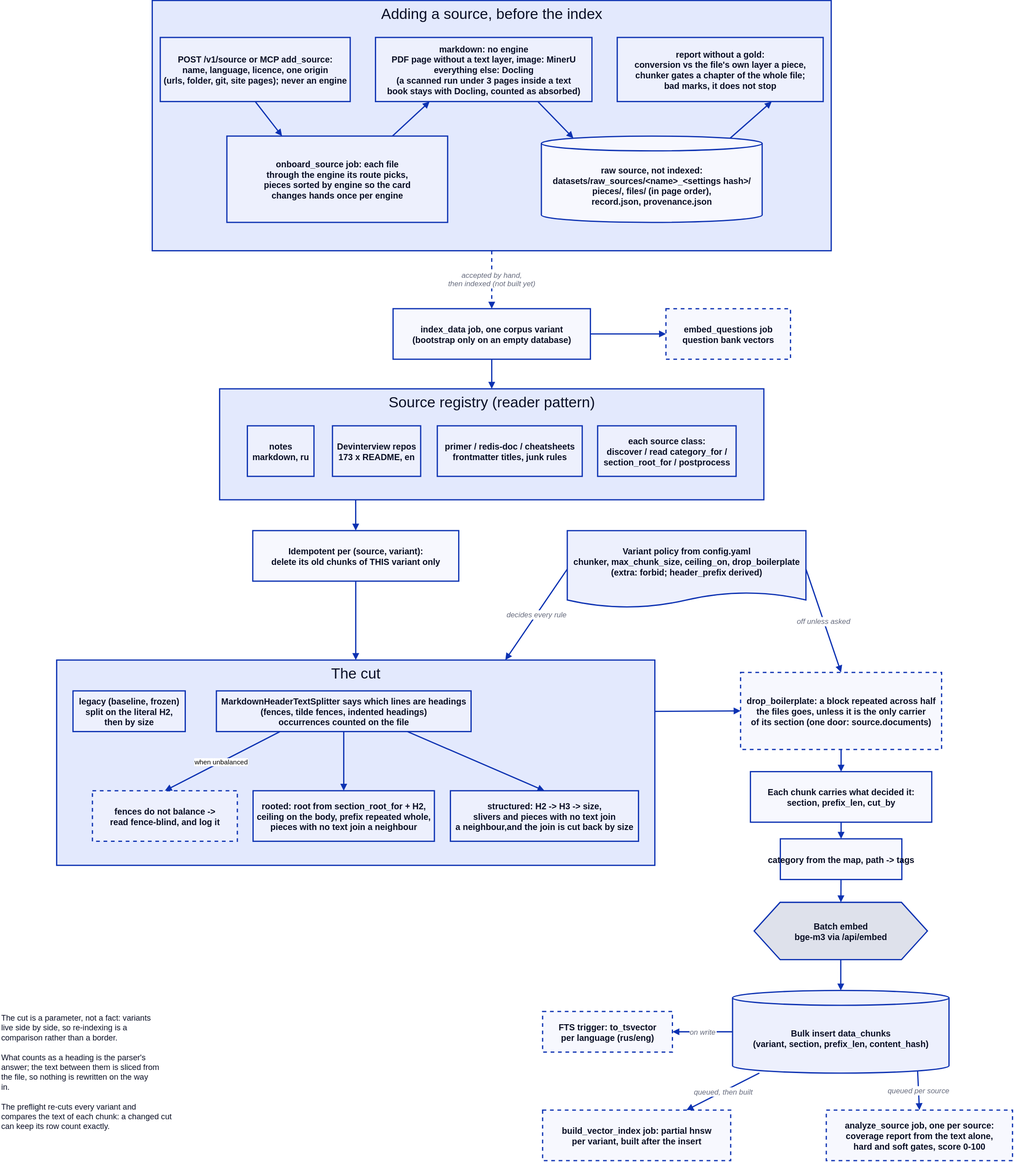
This is docs/diagrams/ingestion.drawio.svg from rikitikitav1/rag-lab, a draw.io export, as it was before one commit. Source tidied: cells renumbered, new cells last; positions are measured from the earlier drawing's top-left corner, leaving out a move shared by most shapes.
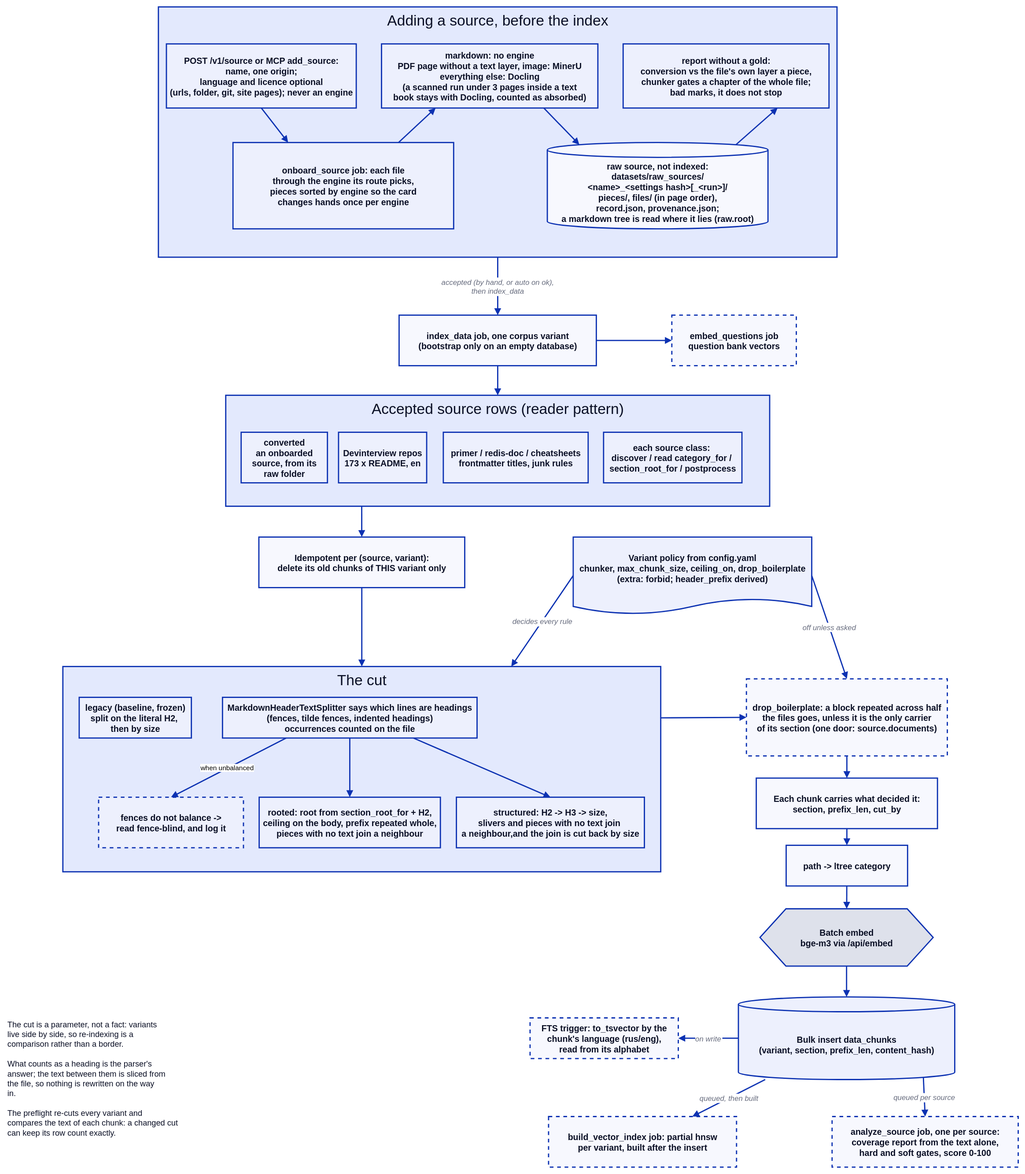
Above is the later version.

The edit, as a diff of the source:
```diff
@@ -5,7 +5,7 @@
     <mxCell id="2" value="Adding a source, before the index" style="rounded=0;whiteSpace=nowrap;html=0;strokeColor=#0D32B2;strokeWidth=2;fontColor=#0A0F25;fillColor=#E3E9FD;verticalAlign=top;fontSize=24;" parent="1" vertex="1">
       <mxGeometry x="247" width="1101" height="406" as="geometry" />
     </mxCell>
-    <mxCell id="3" value="POST /v1/source or MCP add_source:&#10;name, language, licence, one origin&#10;(urls, folder, git, site pages); never an engine" style="rounded=0;whiteSpace=nowrap;html=0;strokeColor=#0D32B2;strokeWidth=2;fontColor=#0A0F25;fillColor=#EDF0FD;fontSize=14;fontStyle=1;" parent="2" vertex="1">
+    <mxCell id="3" value="POST /v1/source or MCP add_source:&#10;name, one origin;&#10;language and licence optional&#10;(urls, folder, git, site pages); never an engine" style="rounded=0;whiteSpace=nowrap;html=0;strokeColor=#0D32B2;strokeWidth=2;fontColor=#0A0F25;fillColor=#EDF0FD;fontSize=14;fontStyle=1;" parent="2" vertex="1">
       <mxGeometry x="13" y="60" width="308" height="104" as="geometry" />
     </mxCell>
     <mxCell id="4" value="onboard_source job: each file&#10;through the engine its route picks,&#10;pieces sorted by engine so the card&#10;changes hands once per engine" style="rounded=0;whiteSpace=nowrap;html=0;strokeColor=#0D32B2;strokeWidth=2;fontColor=#0A0F25;fillColor=#EDF0FD;fontSize=14;fontStyle=1;" parent="2" vertex="1">
@@ -14,7 +14,7 @@
     <mxCell id="5" value="markdown: no engine&#10;PDF page without a text layer, image: MinerU&#10;everything else: Docling&#10;(a scanned run under 3 pages inside a text&#10;book stays with Docling, counted as absorbed)" style="rounded=0;whiteSpace=nowrap;html=0;strokeColor=#0D32B2;strokeWidth=2;fontColor=#0A0F25;fillColor=#EDF0FD;fontSize=14;fontStyle=1;" parent="2" vertex="1">
       <mxGeometry x="362" y="60" width="351" height="104" as="geometry" />
     </mxCell>
-    <mxCell id="6" value="raw source, not indexed:&#10;datasets/raw_sources/&lt;name&gt;_&lt;settings hash&gt;/&#10;pieces/, files/ (in page order),&#10;record.json, provenance.json" style="shape=cylinder3;boundedLbl=1;size=12;whiteSpace=nowrap;html=0;strokeColor=#0D32B2;strokeWidth=2;fontColor=#0A0F25;fillColor=#F7F8FE;fontSize=14;fontStyle=1;" parent="2" vertex="1">
+    <mxCell id="6" value="raw source, not indexed:&#10;datasets/raw_sources/&#10;&lt;name&gt;_&lt;settings hash&gt;[_&lt;run&gt;]/&#10;pieces/, files/ (in page order),&#10;record.json, provenance.json;&#10;a markdown tree is read where it lies (raw.root)" style="shape=cylinder3;boundedLbl=1;size=12;whiteSpace=nowrap;html=0;strokeColor=#0D32B2;strokeWidth=2;fontColor=#0A0F25;fillColor=#F7F8FE;fontSize=14;fontStyle=1;" parent="2" vertex="1">
       <mxGeometry x="631" y="220" width="358" height="140" as="geometry" />
     </mxCell>
     <mxCell id="7" value="report without a gold:&#10;conversion vs the file's own layer a piece,&#10;chunker gates a chapter of the whole file;&#10;bad marks, it does not stop" style="rounded=0;whiteSpace=nowrap;html=0;strokeColor=#0D32B2;strokeWidth=2;fontColor=#0A0F25;fillColor=#EDF0FD;fontSize=14;fontStyle=1;" parent="2" vertex="1">
@@ -35,11 +35,11 @@
     <mxCell id="12" value="index_data job, one corpus variant&#10;(bootstrap only on an empty database)" style="rounded=0;whiteSpace=nowrap;html=0;strokeColor=#0D32B2;strokeWidth=2;fontColor=#0A0F25;fillColor=#F7F8FE;fontSize=14;fontStyle=1;" parent="1" vertex="1">
       <mxGeometry x="637.5" y="500" width="320" height="82" as="geometry" />
     </mxCell>
-    <mxCell id="13" value="Source registry (reader pattern)" style="rounded=0;whiteSpace=nowrap;html=0;strokeColor=#0D32B2;strokeWidth=2;fontColor=#0A0F25;fillColor=#E3E9FD;verticalAlign=top;fontSize=24;" parent="1" vertex="1">
+    <mxCell id="13" value="Accepted source rows (reader pattern)" style="rounded=0;whiteSpace=nowrap;html=0;strokeColor=#0D32B2;strokeWidth=2;fontColor=#0A0F25;fillColor=#E3E9FD;verticalAlign=top;fontSize=24;" parent="1" vertex="1">
       <mxGeometry x="356.2" y="630" width="882.5" height="180" as="geometry" />
     </mxCell>
-    <mxCell id="14" value="notes&#10;markdown, ru" style="rounded=0;whiteSpace=nowrap;html=0;strokeColor=#0D32B2;strokeWidth=2;fontColor=#0A0F25;fillColor=#EDF0FD;fontSize=14;fontStyle=1;" parent="13" vertex="1">
-      <mxGeometry x="45" y="60" width="108" height="82" as="geometry" />
+    <mxCell id="14" value="converted&#10;an onboarded&#10;source, from its&#10;raw folder" style="rounded=0;whiteSpace=nowrap;html=0;strokeColor=#0D32B2;strokeWidth=2;fontColor=#0A0F25;fillColor=#EDF0FD;fontSize=14;fontStyle=1;" parent="13" vertex="1">
+      <mxGeometry x="25" y="60" width="140" height="82" as="geometry" />
     </mxCell>
     <mxCell id="15" value="Devinterview repos&#10;173 x README, en" style="rounded=0;whiteSpace=nowrap;html=0;strokeColor=#0D32B2;strokeWidth=2;fontColor=#0A0F25;fillColor=#EDF0FD;fontSize=14;fontStyle=1;" parent="13" vertex="1">
       <mxGeometry x="183" y="60" width="143" height="82" as="geometry" />
@@ -104,8 +104,8 @@
     <mxCell id="35" value="build_vector_index job: partial hnsw&#10;per variant, built after the insert" style="rounded=0;whiteSpace=nowrap;html=0;strokeColor=#0D32B2;strokeWidth=2;fontColor=#0A0F25;fillColor=#F7F8FE;fontSize=14;fontStyle=1;dashed=1;" parent="1" vertex="1">
       <mxGeometry x="880" y="1800" width="305" height="82" as="geometry" />
     </mxCell>
-    <mxCell id="36" value="FTS trigger: to_tsvector &#10;per language (rus/eng)" style="rounded=0;whiteSpace=nowrap;html=0;strokeColor=#0D32B2;strokeWidth=2;fontColor=#0A0F25;fillColor=#F7F8FE;fontSize=14;fontStyle=1;dashed=1;" parent="1" vertex="1">
-      <mxGeometry x="880" y="1640" width="210.5" height="66" as="geometry" />
+    <mxCell id="36" value="FTS trigger: to_tsvector by the&#10;chunk's language (rus/eng),&#10;read from its alphabet" style="rounded=0;whiteSpace=nowrap;html=0;strokeColor=#0D32B2;strokeWidth=2;fontColor=#0A0F25;fillColor=#F7F8FE;fontSize=14;fontStyle=1;dashed=1;" parent="1" vertex="1">
+      <mxGeometry x="850" y="1640" width="240.5" height="66" as="geometry" />
     </mxCell>
     <mxCell id="37" value="analyze_source job, one per source:&#10;coverage report from the text alone,&#10;hard and soft gates, score 0-100" style="rounded=0;whiteSpace=nowrap;html=0;strokeColor=#0D32B2;strokeWidth=2;fontColor=#0A0F25;fillColor=#F7F8FE;fontSize=14;fontStyle=1;dashed=1;" parent="1" vertex="1">
       <mxGeometry x="1340" y="1800" width="302" height="82" as="geometry" />
@@ -119,7 +119,7 @@
     <mxCell id="40" style="edgeStyle=none;rounded=1;html=0;endArrow=block;endFill=1;strokeColor=#0D32B2;strokeWidth=2;fontColor=#676C7E;fontSize=12;fontStyle=2;labelBackgroundColor=#FFFFFF;exitX=0.5;exitY=1;exitDx=0;exitDy=0;entryX=0.5;entryY=0;entryDx=0;entryDy=0;" parent="1" edge="1" source="12" target="13">
       <mxGeometry relative="1" as="geometry" />
     </mxCell>
-    <mxCell id="41" value="accepted by hand,&#10;then indexed (not built yet)" style="edgeStyle=none;rounded=1;html=0;endArrow=block;endFill=1;strokeColor=#0D32B2;strokeWidth=2;fontColor=#676C7E;fontSize=12;fontStyle=2;labelBackgroundColor=#FFFFFF;dashed=1;exitX=0.5;exitY=1;exitDx=0;exitDy=0;" parent="1" edge="1" source="2" target="12">
+    <mxCell id="41" value="accepted (by hand, or auto on ok),&#10;then index_data" style="edgeStyle=none;rounded=1;html=0;endArrow=block;endFill=1;strokeColor=#0D32B2;strokeWidth=2;fontColor=#676C7E;fontSize=12;fontStyle=2;labelBackgroundColor=#FFFFFF;exitX=0.5;exitY=1;exitDx=0;exitDy=0;" parent="1" edge="1" source="2" target="12">
       <mxGeometry relative="1" as="geometry" />
     </mxCell>
     <mxCell id="42" value="decides every rule" style="edgeStyle=none;rounded=1;html=0;endArrow=block;endFill=1;strokeColor=#0D32B2;strokeWidth=2;fontColor=#676C7E;fontSize=12;fontStyle=2;labelBackgroundColor=#FFFFFF;entryX=0.75;entryY=0;entryDx=0;entryDy=0;exitX=0;exitY=0.5;exitDx=0;exitDy=0;" parent="1" edge="1" source="18" target="20">
```
